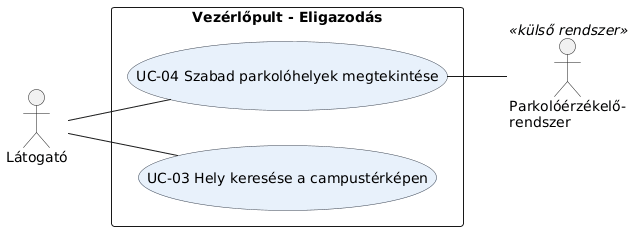
Before: H3/uml/3.png, a diagram exported from PlantUML (DavidGergo/SoftTech). Source of this version:
```plantuml
@startuml
left to right direction
skinparam actorStyle stick
skinparam usecase {
  BackgroundColor #E8F1FB
  BorderColor #374151
}

actor "Látogató" as Latogato
actor "Parkolóérzékelő-\nrendszer" as Parkolo <<külső rendszer>>

rectangle "Vezérlőpult - Eligazodás" {
  usecase "UC-03 Hely keresése a campustérképen" as UC03
  usecase "UC-04 Szabad parkolóhelyek megtekintése" as UC04
}

Latogato -- UC03
Latogato -- UC04
UC04 -- Parkolo
@enduml
```
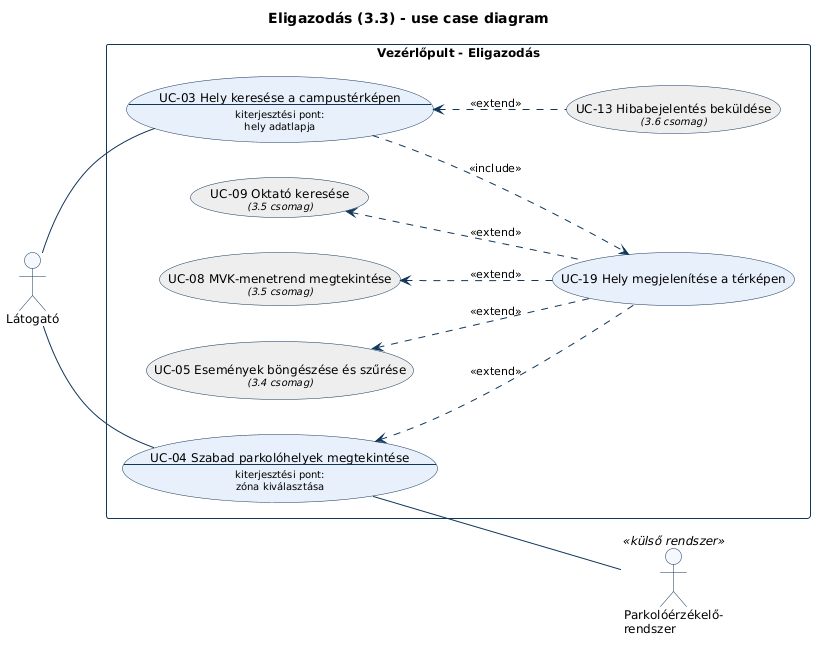
After the change.

Commit message:
H3 0.4: include és extend kapcsolatok a use case modellben

Change to the diagram source:
```diff
@@ -1,20 +1,34 @@
 @startuml
+skinparam shadowing false
+skinparam defaultFontName Arial
+skinparam defaultFontSize 12
+skinparam ActorBorderColor #10365C
+skinparam ActorBackgroundColor #F5F8FC
+skinparam UsecaseBorderColor #10365C
+skinparam ArrowColor #10365C
+skinparam RectangleBorderColor #10365C
+skinparam RectangleFontStyle bold
+skinparam ArrowFontSize 11
+title Eligazodás (3.3) - use case diagram
 left to right direction
-skinparam actorStyle stick
-skinparam usecase {
-  BackgroundColor #E8F1FB
-  BorderColor #374151
+actor "Látogató" as A01
+actor "Parkolóérzékelő-\nrendszer" as A07 <<külső rendszer>>
+rectangle "Vezérlőpult - Eligazodás" {
+  usecase "UC-03 Hely keresése a campustérképen\n--\n<size:10>kiterjesztési pont:</size>\n<size:10>hely adatlapja</size>" as UC03 #E8F1FB
+  usecase "UC-04 Szabad parkolóhelyek megtekintése\n--\n<size:10>kiterjesztési pont:</size>\n<size:10>zóna kiválasztása</size>" as UC04 #E8F1FB
+  usecase "UC-19 Hely megjelenítése a térképen" as UC19 #E8F1FB
+  usecase "UC-05 Események böngészése és szűrése\n<size:10><i>(3.4 csomag)</i></size>" as UC05 #EEEEEE
+  usecase "UC-08 MVK-menetrend megtekintése\n<size:10><i>(3.5 csomag)</i></size>" as UC08 #EEEEEE
+  usecase "UC-09 Oktató keresése\n<size:10><i>(3.5 csomag)</i></size>" as UC09 #EEEEEE
+  usecase "UC-13 Hibabejelentés beküldése\n<size:10><i>(3.6 csomag)</i></size>" as UC13 #EEEEEE
 }
-
-actor "Látogató" as Latogato
-actor "Parkolóérzékelő-\nrendszer" as Parkolo <<külső rendszer>>
-
-rectangle "Vezérlőpult - Eligazodás" {
-  usecase "UC-03 Hely keresése a campustérképen" as UC03
-  usecase "UC-04 Szabad parkolóhelyek megtekintése" as UC04
-}
-
-Latogato -- UC03
-Latogato -- UC04
-UC04 -- Parkolo
+A01 -- UC03
+A01 -- UC04
+UC04 -- A07
+UC03 ..> UC19 : <<include>>
+UC04 <.. UC19 : <<extend>>
+UC05 <.. UC19 : <<extend>>
+UC08 <.. UC19 : <<extend>>
+UC09 <.. UC19 : <<extend>>
+UC03 <.. UC13 : <<extend>>
 @enduml
```
